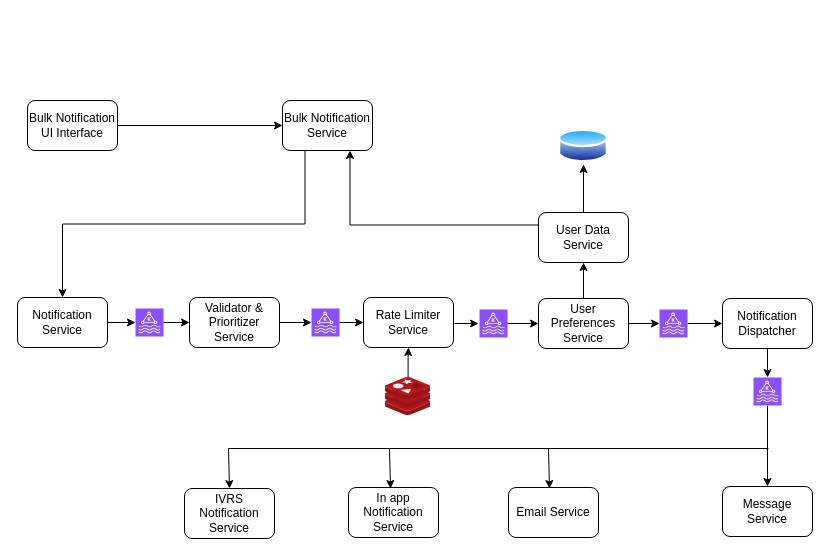
Earlier version of the draw.io diagram Notification_System.drawio (ktsunkara9/Architectures). Source tidied: cells renumbered, new cells numbered last; positions are measured from the earlier drawing's top-left corner, leaving out a move shared by most shapes. Both pictures are drawn from the tidied source at 100%, with x=0, y=0 at pixel (17, 100).
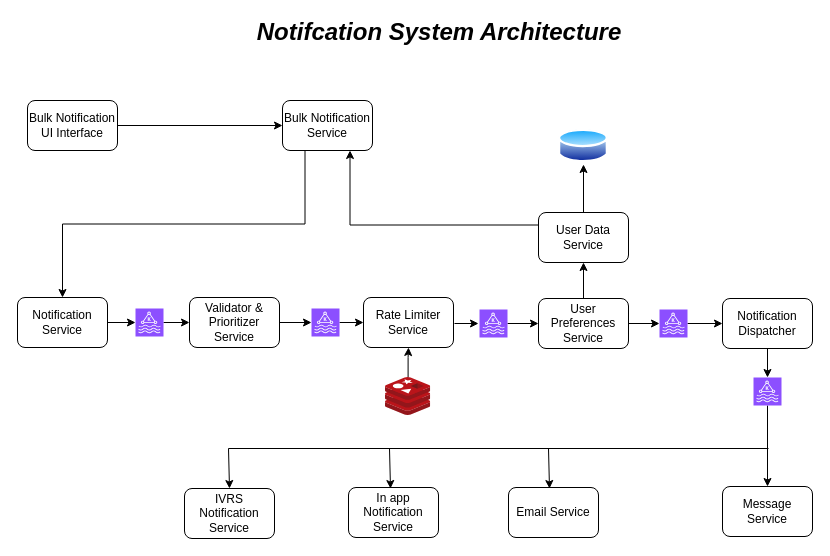
The same diagram, later.

Diff of the diagram source:
```diff
@@
+    <mxCell id="41" value="Notifcation System Architecture" style="text;html=1;whiteSpace=wrap;strokeColor=none;fillColor=none;align=center;verticalAlign=middle;rounded=0;fontSize=24;fontStyle=3;" parent="1" vertex="1">
+      <mxGeometry x="226" y="-83" width="392" height="30" as="geometry" />
+    </mxCell>
```
